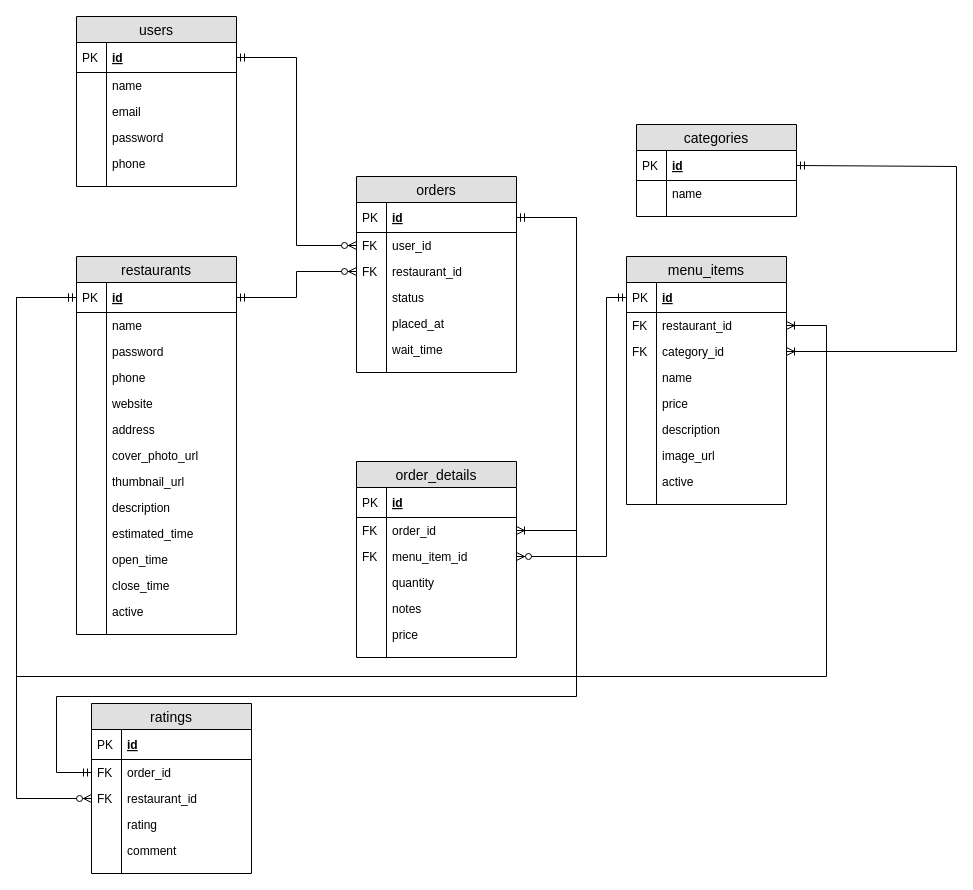
This is additional_resources/erd.drawio from mrchenliang/project_takeout, a draw.io file, before an edit. Source tidied: cells renumbered, new cells numbered last; positions are measured from the earlier drawing's top-left corner, leaving out a move shared by most shapes. Both pictures are drawn from the tidied source at 100%, with x=0, y=0 at pixel (16, 16).
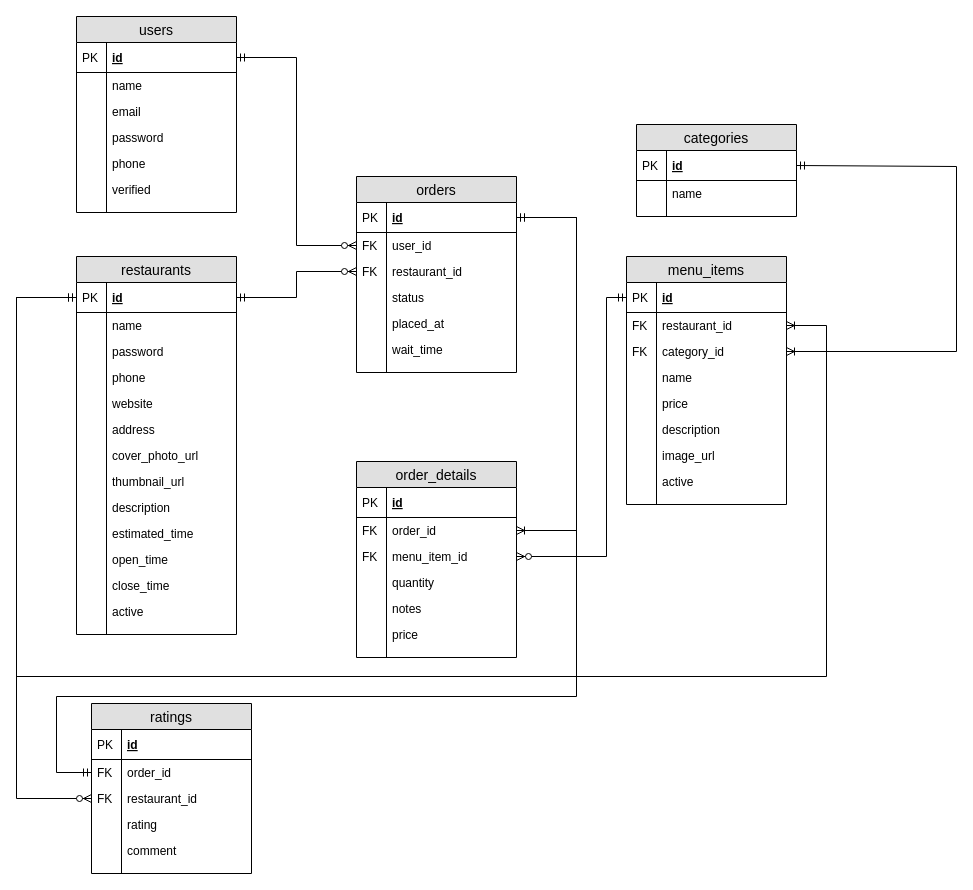
The same diagram, later.

Commit message:
Update erd.drawio users table with verified

Diff of the diagram source:
```diff
@@
     <mxCell id="2" value="users" style="swimlane;fontStyle=0;horizontal=1;startSize=26;fillColor=#e0e0e0;swimlaneFillColor=#ffffff;align=center;fontSize=14;" parent="1" vertex="1">
-      <mxGeometry x="60" width="160" height="170" as="geometry" />
+      <mxGeometry x="60" width="160" height="196" as="geometry" />
     </mxCell>
@@
+    <mxCell id="121" value="verified" style="shape=partialRectangle;top=0;left=0;right=0;bottom=0;align=left;verticalAlign=top;fillColor=none;spacingLeft=34;spacingRight=4;overflow=hidden;fontSize=12;" parent="2" vertex="1">
+      <mxGeometry y="160" width="160" height="26" as="geometry" />
+    </mxCell>
+    <mxCell id="122" style="shape=partialRectangle;top=0;left=0;bottom=0;fillColor=none;align=left;verticalAlign=top;spacingLeft=4;spacingRight=4;overflow=hidden;fontSize=12;" parent="121" vertex="1">
+      <mxGeometry width="30" height="26" as="geometry" />
+    </mxCell>
     <mxCell id="13" style="shape=partialRectangle;top=0;left=0;right=0;bottom=0;align=left;verticalAlign=top;fillColor=none;spacingLeft=34;spacingRight=4;overflow=hidden;fontSize=12;" parent="2" vertex="1">
-      <mxGeometry y="160" width="160" height="10" as="geometry" />
+      <mxGeometry y="186" width="160" height="10" as="geometry" />
     </mxCell>
```
